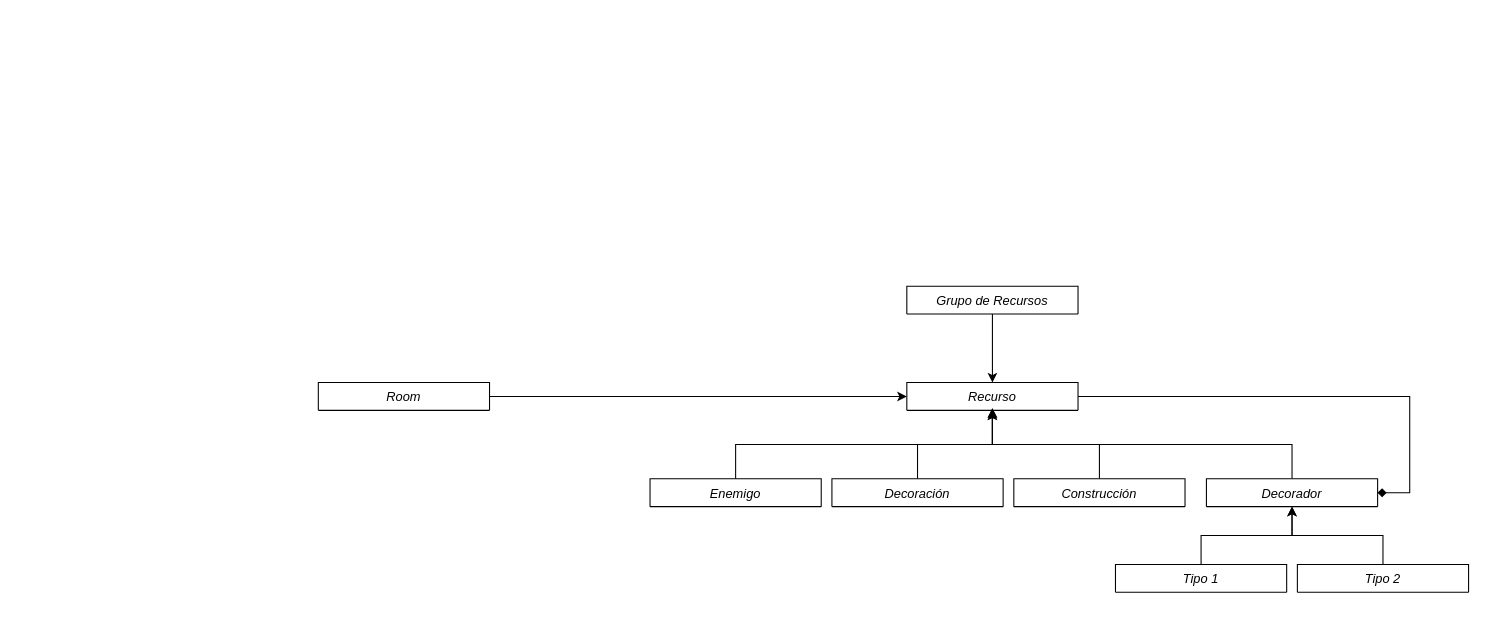
Earlier version of the draw.io diagram docs/classDiagram.drawio (jaimefuertes/godot-2D-level-editor). Source tidied: cells renumbered, new cells numbered last; positions are measured from the earlier drawing's top-left corner, leaving out a move shared by most shapes. Both pictures are drawn from the tidied source at 107%, with x=0, y=0 at pixel (318, 286).
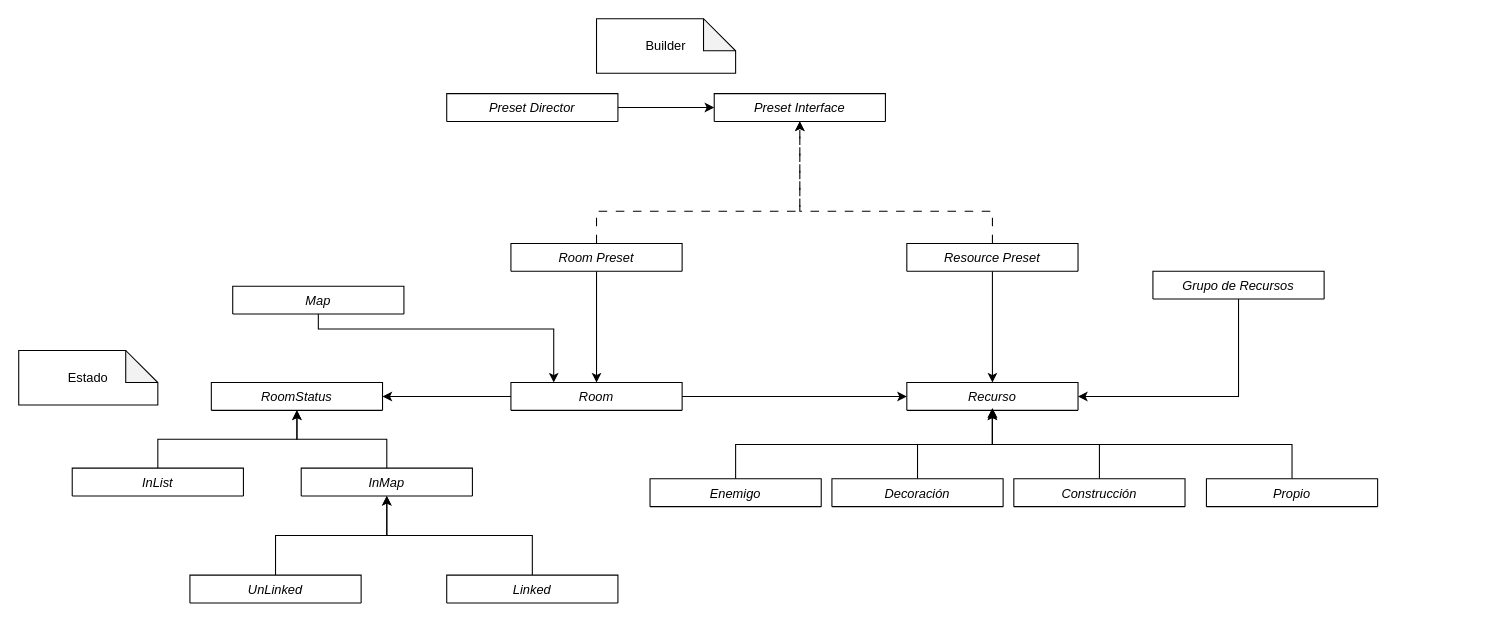
The same page after the edit.

Commit message:
docs: updated class diagram

Unchanged cells that the change refers to:
```xml
<mxCell id="4" value="Recurso" style="swimlane;fontStyle=2;align=center;verticalAlign=top;horizontal=1;startSize=26;rounded=0;shadow=0;strokeWidth=1;" parent="1" vertex="1" collapsed="1">
  <mxGeometry x="550" y="90" width="160" height="26" as="geometry" />
</mxCell>
```

What changed in the source:
```diff
@@
+    <mxCell id="20" style="edgeStyle=orthogonalEdgeStyle;rounded=0;jettySize=auto;html=1;" parent="1" edge="1" source="3" target="22">
+      <mxGeometry relative="1" as="geometry" />
+    </mxCell>
     <mxCell id="3" value="Room" style="swimlane;fontStyle=2;align=center;verticalAlign=top;horizontal=1;startSize=26;rounded=0;shadow=0;strokeWidth=1;" parent="1" vertex="1" collapsed="1">
-      <mxGeometry y="90" width="160" height="26" as="geometry" />
+      <mxGeometry x="180" y="90" width="160" height="26" as="geometry" />
     </mxCell>
@@
-    <mxCell id="5" style="edgeStyle=orthogonalEdgeStyle;rounded=0;jettySize=auto;html=1;entryX=0.5;entryY=0;entryDx=0;entryDy=0;" parent="1" edge="1" source="6" target="4">
+    <mxCell id="5" style="edgeStyle=orthogonalEdgeStyle;rounded=0;jettySize=auto;html=1;entryX=1;entryY=0.5;entryDx=0;entryDy=0;exitX=0.5;exitY=1;exitDx=0;exitDy=0;" parent="1" edge="1" source="6" target="4">
       <mxGeometry relative="1" as="geometry" />
     </mxCell>
     <mxCell id="6" value="Grupo de Recursos" style="swimlane;fontStyle=2;align=center;verticalAlign=top;horizontal=1;startSize=26;rounded=0;shadow=0;strokeWidth=1;" parent="1" vertex="1" collapsed="1">
-      <mxGeometry x="550" width="160" height="26" as="geometry" />
+      <mxGeometry x="780" y="-14" width="160" height="26" as="geometry" />
     </mxCell>
@@
-    <mxCell id="14" style="edgeStyle=orthogonalEdgeStyle;rounded=0;jettySize=auto;html=1;entryX=1;entryY=0.5;entryDx=0;entryDy=0;endArrow=none;endFill=0;startArrow=diamond;startFill=1;" parent="1" edge="1" source="15" target="4">
-      <mxGeometry relative="1" as="geometry">
-        <Array as="points">
-          <mxPoint x="1020" y="193" />
-          <mxPoint x="1020" y="103" />
-        </Array>
-      </mxGeometry>
-    </mxCell>
-    <mxCell id="15" value="Decorador" style="swimlane;fontStyle=2;align=center;verticalAlign=top;horizontal=1;startSize=26;rounded=0;shadow=0;strokeWidth=1;" parent="1" vertex="1" collapsed="1">
+    <mxCell id="15" value="Propio" style="swimlane;fontStyle=2;align=center;verticalAlign=top;horizontal=1;startSize=26;rounded=0;shadow=0;strokeWidth=1;" parent="1" vertex="1" collapsed="1">
       <mxGeometry x="830" y="180" width="160" height="26" as="geometry" />
     </mxCell>
-    <mxCell id="16" style="edgeStyle=orthogonalEdgeStyle;rounded=0;jettySize=auto;html=1;entryX=0.5;entryY=1;entryDx=0;entryDy=0;" parent="1" edge="1" source="17" target="15">
-      <mxGeometry relative="1" as="geometry" />
-    </mxCell>
-    <mxCell id="17" value="Tipo 1" style="swimlane;fontStyle=2;align=center;verticalAlign=top;horizontal=1;startSize=26;rounded=0;shadow=0;strokeWidth=1;" parent="1" vertex="1" collapsed="1">
-      <mxGeometry x="745" y="260" width="160" height="26" as="geometry" />
-    </mxCell>
-    <mxCell id="18" style="edgeStyle=orthogonalEdgeStyle;rounded=0;jettySize=auto;html=1;entryX=0.5;entryY=1;entryDx=0;entryDy=0;" parent="1" edge="1" source="19" target="15">
-      <mxGeometry relative="1" as="geometry" />
-    </mxCell>
-    <mxCell id="19" value="Tipo 2" style="swimlane;fontStyle=2;align=center;verticalAlign=top;horizontal=1;startSize=26;rounded=0;shadow=0;strokeWidth=1;" parent="1" vertex="1" collapsed="1">
-      <mxGeometry x="915" y="260" width="160" height="26" as="geometry" />
-    </mxCell>
+    <mxCell id="21" value="Estado" style="shape=note;whiteSpace=wrap;html=1;backgroundOutline=1;darkOpacity=0.05;" parent="1" vertex="1">
+      <mxGeometry x="-280" y="60" width="130" height="51" as="geometry" />
+    </mxCell>
+    <mxCell id="22" value="RoomStatus" style="swimlane;fontStyle=2;align=center;verticalAlign=top;horizontal=1;startSize=26;rounded=0;shadow=0;strokeWidth=1;" parent="1" vertex="1" collapsed="1">
+      <mxGeometry x="-100" y="90" width="160" height="26" as="geometry" />
+    </mxCell>
+    <mxCell id="23" style="edgeStyle=orthogonalEdgeStyle;rounded=0;jettySize=auto;html=1;entryX=0.5;entryY=1;entryDx=0;entryDy=0;" parent="1" edge="1" source="24" target="22">
+      <mxGeometry relative="1" as="geometry" />
+    </mxCell>
+    <mxCell id="24" value="InList" style="swimlane;fontStyle=2;align=center;verticalAlign=top;horizontal=1;startSize=26;rounded=0;shadow=0;strokeWidth=1;" parent="1" vertex="1" collapsed="1">
+      <mxGeometry x="-230" y="170" width="160" height="26" as="geometry" />
+    </mxCell>
+    <mxCell id="25" style="edgeStyle=orthogonalEdgeStyle;rounded=0;jettySize=auto;html=1;entryX=0.5;entryY=1;entryDx=0;entryDy=0;" parent="1" edge="1" source="26" target="22">
+      <mxGeometry relative="1" as="geometry" />
+    </mxCell>
+    <mxCell id="26" value="InMap" style="swimlane;fontStyle=2;align=center;verticalAlign=top;horizontal=1;startSize=26;rounded=0;shadow=0;strokeWidth=1;" parent="1" vertex="1" collapsed="1">
+      <mxGeometry x="-16" y="170" width="160" height="26" as="geometry" />
+    </mxCell>
+    <mxCell id="27" style="edgeStyle=orthogonalEdgeStyle;rounded=0;jettySize=auto;html=1;entryX=0.5;entryY=1;entryDx=0;entryDy=0;" parent="1" edge="1" source="28" target="26">
+      <mxGeometry relative="1" as="geometry" />
+    </mxCell>
+    <mxCell id="28" value="Linked" style="swimlane;fontStyle=2;align=center;verticalAlign=top;horizontal=1;startSize=26;rounded=0;shadow=0;strokeWidth=1;" parent="1" vertex="1" collapsed="1">
+      <mxGeometry x="120" y="270" width="160" height="26" as="geometry" />
+    </mxCell>
+    <mxCell id="29" value="Preset Interface" style="swimlane;fontStyle=2;align=center;verticalAlign=top;horizontal=1;startSize=26;rounded=0;shadow=0;strokeWidth=1;" parent="1" vertex="1" collapsed="1">
+      <mxGeometry x="370" y="-180" width="160" height="26" as="geometry" />
+    </mxCell>
+    <mxCell id="30" value="Builder" style="shape=note;whiteSpace=wrap;html=1;backgroundOutline=1;darkOpacity=0.05;" parent="1" vertex="1">
+      <mxGeometry x="260" y="-250" width="130" height="51" as="geometry" />
+    </mxCell>
+    <mxCell id="31" style="edgeStyle=orthogonalEdgeStyle;rounded=0;jettySize=auto;html=1;exitX=0.5;exitY=1;exitDx=0;exitDy=0;entryX=0.5;entryY=0;entryDx=0;entryDy=0;" parent="1" edge="1" source="33" target="3">
+      <mxGeometry relative="1" as="geometry" />
+    </mxCell>
+    <mxCell id="32" style="edgeStyle=orthogonalEdgeStyle;rounded=0;jettySize=auto;html=1;entryX=0.5;entryY=1;entryDx=0;entryDy=0;dashed=1;dashPattern=8 8;" parent="1" edge="1" source="33" target="29">
+      <mxGeometry relative="1" as="geometry">
+        <Array as="points">
+          <mxPoint x="260" y="-70" />
+          <mxPoint x="450" y="-70" />
+        </Array>
+      </mxGeometry>
+    </mxCell>
+    <mxCell id="33" value="Room Preset" style="swimlane;fontStyle=2;align=center;verticalAlign=top;horizontal=1;startSize=26;rounded=0;shadow=0;strokeWidth=1;" parent="1" vertex="1" collapsed="1">
+      <mxGeometry x="180" y="-40" width="160" height="26" as="geometry" />
+    </mxCell>
+    <mxCell id="34" style="edgeStyle=orthogonalEdgeStyle;rounded=0;jettySize=auto;html=1;entryX=0.5;entryY=0;entryDx=0;entryDy=0;" parent="1" edge="1" source="36" target="4">
+      <mxGeometry relative="1" as="geometry" />
+    </mxCell>
+    <mxCell id="35" style="edgeStyle=orthogonalEdgeStyle;rounded=0;jettySize=auto;html=1;entryX=0.5;entryY=1;entryDx=0;entryDy=0;dashed=1;dashPattern=8 8;" parent="1" edge="1" source="36" target="29">
+      <mxGeometry relative="1" as="geometry">
+        <Array as="points">
+          <mxPoint x="630" y="-70" />
+          <mxPoint x="450" y="-70" />
+        </Array>
+      </mxGeometry>
+    </mxCell>
+    <mxCell id="36" value="Resource Preset" style="swimlane;fontStyle=2;align=center;verticalAlign=top;horizontal=1;startSize=26;rounded=0;shadow=0;strokeWidth=1;" parent="1" vertex="1" collapsed="1">
+      <mxGeometry x="550" y="-40" width="160" height="26" as="geometry" />
+    </mxCell>
+    <mxCell id="37" style="edgeStyle=orthogonalEdgeStyle;rounded=0;jettySize=auto;html=1;entryX=0;entryY=0.5;entryDx=0;entryDy=0;" parent="1" edge="1" source="38" target="29">
+      <mxGeometry relative="1" as="geometry" />
+    </mxCell>
+    <mxCell id="38" value="Preset Director" style="swimlane;fontStyle=2;align=center;verticalAlign=top;horizontal=1;startSize=26;rounded=0;shadow=0;strokeWidth=1;" parent="1" vertex="1" collapsed="1">
+      <mxGeometry x="120" y="-180" width="160" height="26" as="geometry" />
+    </mxCell>
+    <mxCell id="39" style="edgeStyle=orthogonalEdgeStyle;rounded=0;jettySize=auto;html=1;entryX=0.25;entryY=0;entryDx=0;entryDy=0;" parent="1" edge="1" source="40" target="3">
+      <mxGeometry relative="1" as="geometry">
+        <Array as="points">
+          <mxPoint y="40" />
+          <mxPoint x="220" y="40" />
+        </Array>
+      </mxGeometry>
+    </mxCell>
+    <mxCell id="40" value="Map" style="swimlane;fontStyle=2;align=center;verticalAlign=top;horizontal=1;startSize=26;rounded=0;shadow=0;strokeWidth=1;" parent="1" vertex="1" collapsed="1">
+      <mxGeometry x="-80" width="160" height="26" as="geometry" />
+    </mxCell>
+    <mxCell id="41" style="edgeStyle=orthogonalEdgeStyle;rounded=0;jettySize=auto;html=1;entryX=0.5;entryY=1;entryDx=0;entryDy=0;" parent="1" edge="1" source="42" target="26">
+      <mxGeometry relative="1" as="geometry" />
+    </mxCell>
+    <mxCell id="42" value="UnLinked" style="swimlane;fontStyle=2;align=center;verticalAlign=top;horizontal=1;startSize=26;rounded=0;shadow=0;strokeWidth=1;" parent="1" vertex="1" collapsed="1">
+      <mxGeometry x="-120" y="270" width="160" height="26" as="geometry" />
+    </mxCell>
```
